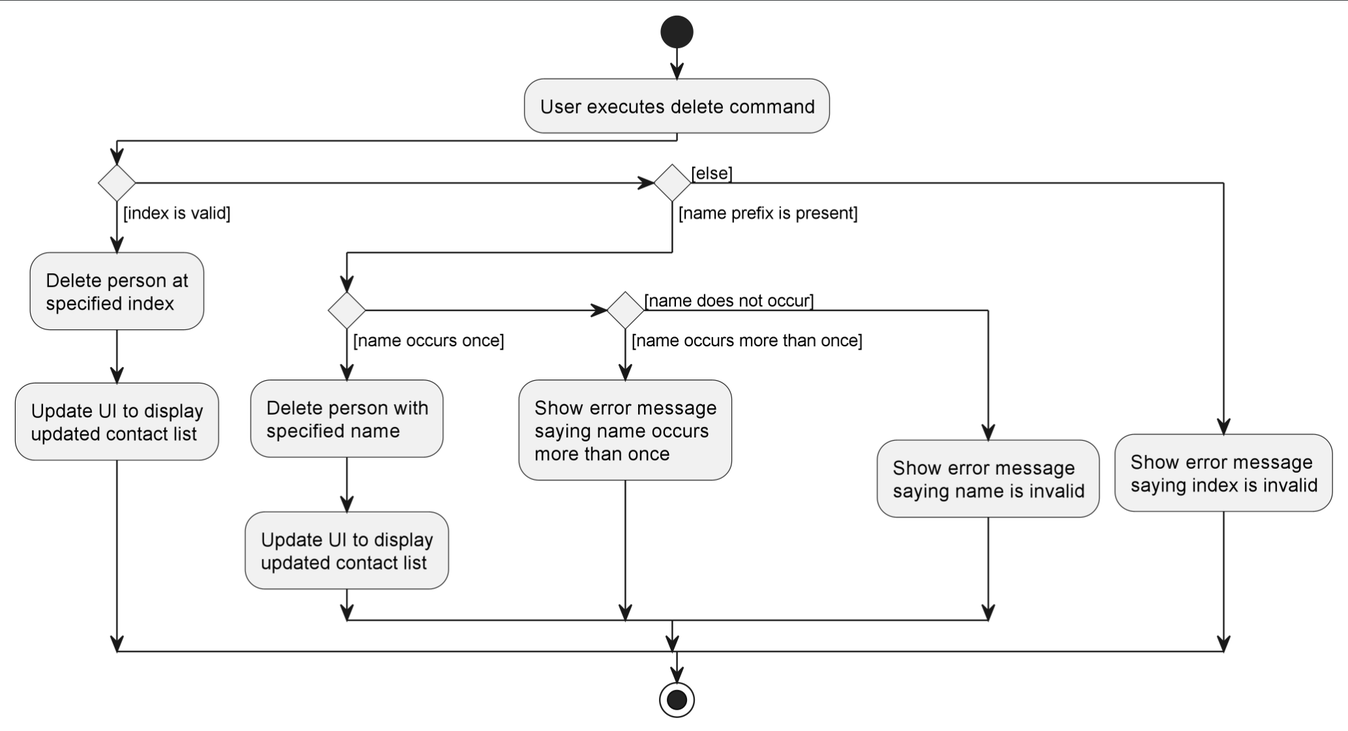
This is docs/images/DeleteActivityDiagram.png from nus-cs2103-AY2223S1/tp, a PlantUML export, as it was before one commit. Its source is kept beside it as docs/diagrams/DeleteActivityDiagram.puml.
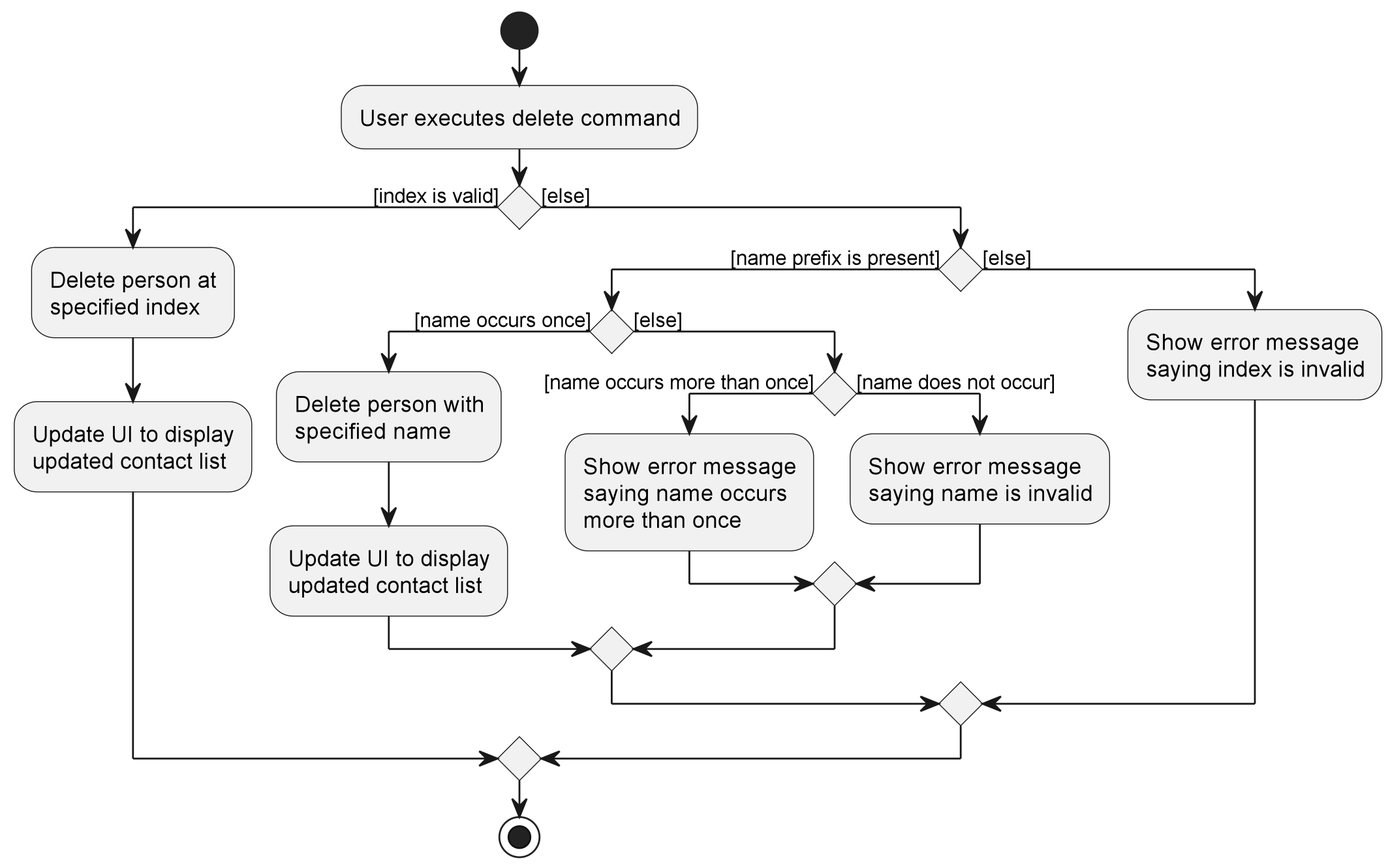
Later version of the same file.

Commit message:
Update delete activity diagram in DG

Change to the diagram source:
```diff
@@ -8,23 +8,27 @@
     specified index;
     :Update UI to display
     updated contact list;
-elseif () then ([name prefix is present])
-        if () then ([name occurs once])
-            :Delete person with
-            specified name;
-            :Update UI to display
-            updated contact list;
-        elseif () then ([name occurs more than once])
-            :Show error message
-            saying name occurs
-            more than once;
-        else ([name does not occur])
-            :Show error message
-            saying name is invalid;
-        endif;
+else ([else])
+    if () then ([name prefix is present])
+            if () then ([name occurs once])
+                :Delete person with
+                specified name;
+                :Update UI to display
+                updated contact list;
+            else ([else])
+                if () then ([name occurs more than once])
+                    :Show error message
+                    saying name occurs
+                    more than once;
+                else ([name does not occur])
+                    :Show error message
+                    saying name is invalid;
+                endif
+            endif
     else ([else])
         :Show error message
         saying index is invalid;
     endif
+endif
 stop
 @enduml
```
